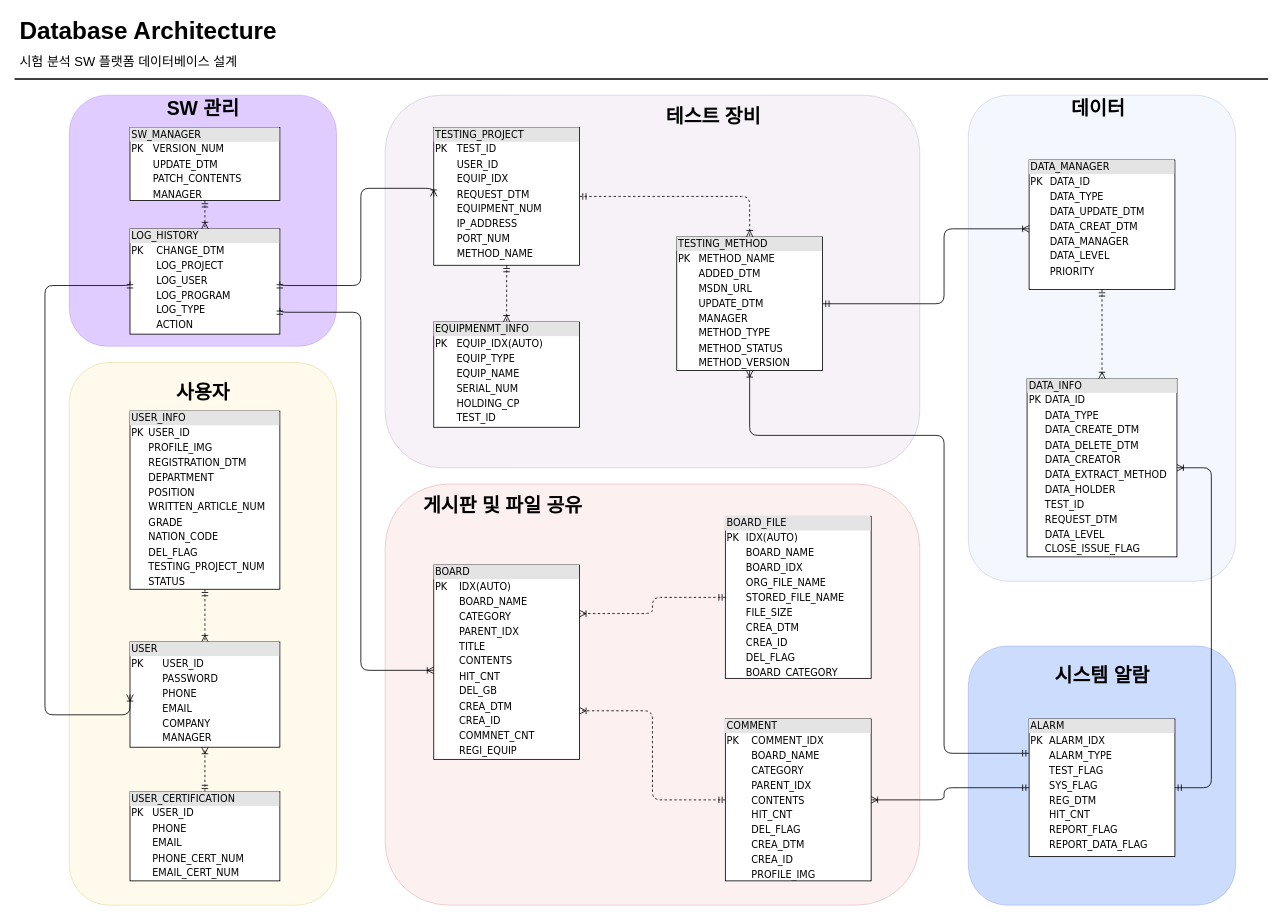
Before: DB_architecture.drawio in penzance-jshan/test, a draw.io diagram. Source tidied: cells renumbered, new cells numbered last; positions are measured from the earlier drawing's top-left corner, leaving out a move shared by most shapes. Both pictures are drawn from the tidied source at 81%, with x=0, y=0 at pixel (14, 14).
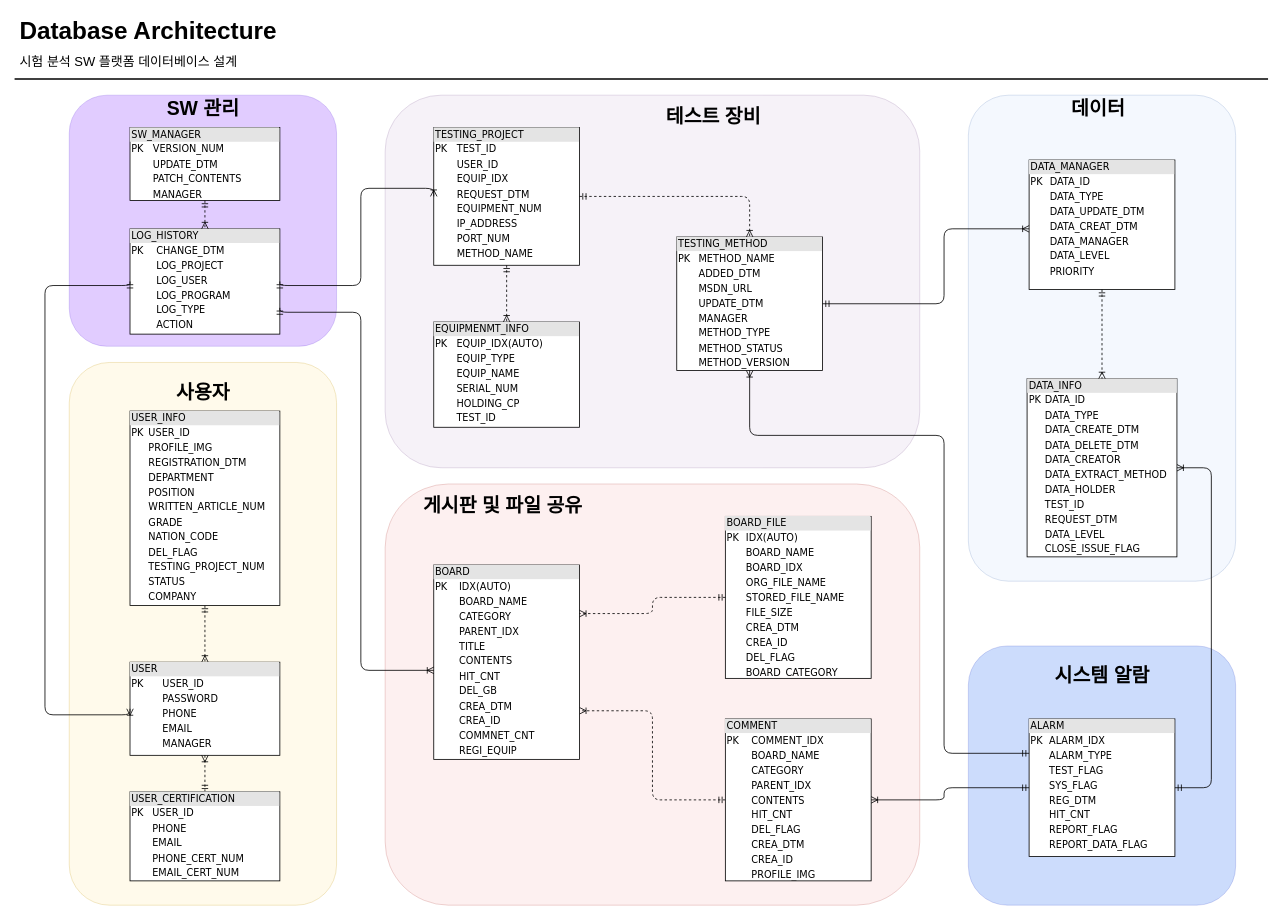
The same diagram, later.

The edit, as a diff of the source:
```diff
@@
-    <mxCell id="7" value="&lt;div style=&quot;box-sizing: border-box ; width: 100% ; background: #e4e4e4 ; padding: 2px&quot;&gt;USER&lt;/div&gt;&lt;table style=&quot;width: 100% ; font-size: 1em&quot; cellpadding=&quot;2&quot; cellspacing=&quot;0&quot;&gt;&lt;tbody&gt;&lt;tr&gt;&lt;td&gt;PK&lt;/td&gt;&lt;td&gt;USER_ID&lt;/td&gt;&lt;/tr&gt;&lt;tr&gt;&lt;td&gt;&lt;br&gt;&lt;/td&gt;&lt;td&gt;PASSWORD&lt;/td&gt;&lt;/tr&gt;&lt;tr&gt;&lt;td&gt;&lt;br&gt;&lt;/td&gt;&lt;td&gt;PHONE&lt;/td&gt;&lt;/tr&gt;&lt;tr&gt;&lt;td&gt;&lt;br&gt;&lt;/td&gt;&lt;td&gt;EMAIL&lt;/td&gt;&lt;/tr&gt;&lt;tr&gt;&lt;td&gt;&lt;br&gt;&lt;/td&gt;&lt;td&gt;COMPANY&lt;br&gt;&lt;/td&gt;&lt;/tr&gt;&lt;tr&gt;&lt;td&gt;&lt;br&gt;&lt;/td&gt;&lt;td&gt;MANAGER&lt;/td&gt;&lt;/tr&gt;&lt;/tbody&gt;&lt;/table&gt;" style="verticalAlign=top;align=left;overflow=fill;html=1;rounded=0;shadow=0;comic=0;labelBackgroundColor=none;strokeWidth=1;fontFamily=Verdana;fontSize=12;" parent="1" vertex="1">
-      <mxGeometry x="143" y="775" width="185" height="130" as="geometry" />
+    <mxCell id="7" value="&lt;div style=&quot;box-sizing: border-box ; width: 100% ; background: #e4e4e4 ; padding: 2px&quot;&gt;USER&lt;/div&gt;&lt;table style=&quot;width: 100% ; font-size: 1em&quot; cellpadding=&quot;2&quot; cellspacing=&quot;0&quot;&gt;&lt;tbody&gt;&lt;tr&gt;&lt;td&gt;PK&lt;/td&gt;&lt;td&gt;USER_ID&lt;/td&gt;&lt;/tr&gt;&lt;tr&gt;&lt;td&gt;&lt;br&gt;&lt;/td&gt;&lt;td&gt;PASSWORD&lt;/td&gt;&lt;/tr&gt;&lt;tr&gt;&lt;td&gt;&lt;br&gt;&lt;/td&gt;&lt;td&gt;PHONE&lt;/td&gt;&lt;/tr&gt;&lt;tr&gt;&lt;td&gt;&lt;br&gt;&lt;/td&gt;&lt;td&gt;EMAIL&lt;/td&gt;&lt;/tr&gt;&lt;tr&gt;&lt;td&gt;&lt;br&gt;&lt;/td&gt;&lt;td&gt;MANAGER&lt;/td&gt;&lt;/tr&gt;&lt;/tbody&gt;&lt;/table&gt;" style="verticalAlign=top;align=left;overflow=fill;html=1;rounded=0;shadow=0;comic=0;labelBackgroundColor=none;strokeWidth=1;fontFamily=Verdana;fontSize=12;" parent="1" vertex="1">
+      <mxGeometry x="143" y="800" width="185" height="115" as="geometry" />
     </mxCell>
@@
-    <mxCell id="16" value="&lt;div style=&quot;box-sizing: border-box ; width: 100% ; background: #e4e4e4 ; padding: 2px&quot;&gt;USER_INFO&lt;br&gt;&lt;/div&gt;&lt;table style=&quot;width: 100% ; font-size: 1em&quot; cellpadding=&quot;2&quot; cellspacing=&quot;0&quot;&gt;&lt;tbody&gt;&lt;tr&gt;&lt;td&gt;PK&lt;/td&gt;&lt;td&gt;USER_ID&lt;/td&gt;&lt;/tr&gt;&lt;tr&gt;&lt;td&gt;&lt;br&gt;&lt;/td&gt;&lt;td&gt;PROFILE_IMG&lt;/td&gt;&lt;/tr&gt;&lt;tr&gt;&lt;td&gt;&lt;br&gt;&lt;/td&gt;&lt;td&gt;REGISTRATION_DTM&lt;/td&gt;&lt;/tr&gt;&lt;tr&gt;&lt;td&gt;&lt;br&gt;&lt;/td&gt;&lt;td&gt;DEPARTMENT&lt;/td&gt;&lt;/tr&gt;&lt;tr&gt;&lt;td&gt;&lt;br&gt;&lt;/td&gt;&lt;td&gt;POSITION&lt;br&gt;&lt;/td&gt;&lt;/tr&gt;&lt;tr&gt;&lt;td&gt;&lt;br&gt;&lt;/td&gt;&lt;td&gt;WRITTEN_ARTICLE_NUM&lt;br&gt;&lt;/td&gt;&lt;/tr&gt;&lt;tr&gt;&lt;td&gt;&lt;br&gt;&lt;/td&gt;&lt;td&gt;GRADE&lt;br&gt;&lt;/td&gt;&lt;/tr&gt;&lt;tr&gt;&lt;td&gt;&lt;br&gt;&lt;/td&gt;&lt;td&gt;NATION_CODE&lt;/td&gt;&lt;/tr&gt;&lt;tr&gt;&lt;td&gt;&lt;br&gt;&lt;/td&gt;&lt;td&gt;DEL_FLAG&lt;/td&gt;&lt;/tr&gt;&lt;tr&gt;&lt;td&gt;&lt;br&gt;&lt;/td&gt;&lt;td&gt;TESTING_PROJECT_NUM&lt;/td&gt;&lt;/tr&gt;&lt;tr&gt;&lt;td&gt;&lt;br&gt;&lt;/td&gt;&lt;td&gt;STATUS&lt;/td&gt;&lt;/tr&gt;&lt;tr&gt;&lt;td&gt;&lt;br&gt;&lt;/td&gt;&lt;td&gt;&lt;br&gt;&lt;/td&gt;&lt;/tr&gt;&lt;tr&gt;&lt;td&gt;&lt;br&gt;&lt;/td&gt;&lt;td&gt;&lt;br&gt;&lt;/td&gt;&lt;/tr&gt;&lt;tr&gt;&lt;td&gt;&lt;br&gt;&lt;/td&gt;&lt;td&gt;&lt;br&gt;&lt;/td&gt;&lt;/tr&gt;&lt;tr&gt;&lt;td&gt;&lt;br&gt;&lt;/td&gt;&lt;td&gt;&lt;br&gt;&lt;/td&gt;&lt;/tr&gt;&lt;tr&gt;&lt;td&gt;&lt;br&gt;&lt;/td&gt;&lt;td&gt;&lt;br&gt;&lt;/td&gt;&lt;/tr&gt;&lt;/tbody&gt;&lt;/table&gt;" style="verticalAlign=top;align=left;overflow=fill;html=1;rounded=0;shadow=0;comic=0;labelBackgroundColor=none;strokeWidth=1;fontFamily=Verdana;fontSize=12;" parent="1" vertex="1">
-      <mxGeometry x="143" y="490" width="185" height="220" as="geometry" />
+    <mxCell id="16" value="&lt;div style=&quot;box-sizing: border-box ; width: 100% ; background: #e4e4e4 ; padding: 2px&quot;&gt;USER_INFO&lt;br&gt;&lt;/div&gt;&lt;table style=&quot;width: 100% ; font-size: 1em&quot; cellpadding=&quot;2&quot; cellspacing=&quot;0&quot;&gt;&lt;tbody&gt;&lt;tr&gt;&lt;td&gt;PK&lt;/td&gt;&lt;td&gt;USER_ID&lt;/td&gt;&lt;/tr&gt;&lt;tr&gt;&lt;td&gt;&lt;br&gt;&lt;/td&gt;&lt;td&gt;PROFILE_IMG&lt;/td&gt;&lt;/tr&gt;&lt;tr&gt;&lt;td&gt;&lt;br&gt;&lt;/td&gt;&lt;td&gt;REGISTRATION_DTM&lt;/td&gt;&lt;/tr&gt;&lt;tr&gt;&lt;td&gt;&lt;br&gt;&lt;/td&gt;&lt;td&gt;DEPARTMENT&lt;/td&gt;&lt;/tr&gt;&lt;tr&gt;&lt;td&gt;&lt;br&gt;&lt;/td&gt;&lt;td&gt;POSITION&lt;br&gt;&lt;/td&gt;&lt;/tr&gt;&lt;tr&gt;&lt;td&gt;&lt;br&gt;&lt;/td&gt;&lt;td&gt;WRITTEN_ARTICLE_NUM&lt;br&gt;&lt;/td&gt;&lt;/tr&gt;&lt;tr&gt;&lt;td&gt;&lt;br&gt;&lt;/td&gt;&lt;td&gt;GRADE&lt;br&gt;&lt;/td&gt;&lt;/tr&gt;&lt;tr&gt;&lt;td&gt;&lt;br&gt;&lt;/td&gt;&lt;td&gt;NATION_CODE&lt;/td&gt;&lt;/tr&gt;&lt;tr&gt;&lt;td&gt;&lt;br&gt;&lt;/td&gt;&lt;td&gt;DEL_FLAG&lt;/td&gt;&lt;/tr&gt;&lt;tr&gt;&lt;td&gt;&lt;br&gt;&lt;/td&gt;&lt;td&gt;TESTING_PROJECT_NUM&lt;/td&gt;&lt;/tr&gt;&lt;tr&gt;&lt;td&gt;&lt;br&gt;&lt;/td&gt;&lt;td&gt;STATUS&lt;/td&gt;&lt;/tr&gt;&lt;tr&gt;&lt;td&gt;&lt;br&gt;&lt;/td&gt;&lt;td&gt;COMPANY&lt;/td&gt;&lt;/tr&gt;&lt;/tbody&gt;&lt;/table&gt;" style="verticalAlign=top;align=left;overflow=fill;html=1;rounded=0;shadow=0;comic=0;labelBackgroundColor=none;strokeWidth=1;fontFamily=Verdana;fontSize=12;" parent="1" vertex="1">
+      <mxGeometry x="143" y="490" width="185" height="240" as="geometry" />
     </mxCell>
```
